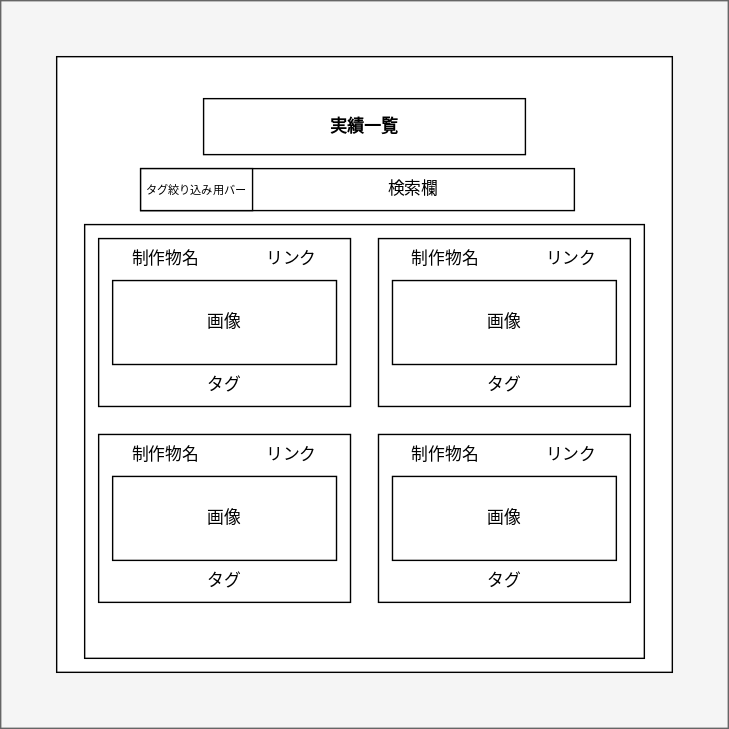
Earlier version of the draw.io export SpecificationDocuments/draw/img/portfolio-works_menu.svg (nekkiChan/Portfolio). Source tidied: cells renumbered, new cells last; positions are measured from the earlier drawing's top-left corner, leaving out a move shared by most shapes. Source of this version:
```xml
<mxGraphModel>
  <root>
    <mxCell id="0" />
    <mxCell id="1" parent="0" />
    <mxCell id="2" style="rounded=0;whiteSpace=wrap;html=1;fillColor=#f5f5f5;fontColor=#333333;strokeColor=#666666;" parent="1" vertex="1">
      <mxGeometry width="520" height="520" as="geometry" />
    </mxCell>
    <mxCell id="3" style="rounded=0;whiteSpace=wrap;html=1;" parent="1" vertex="1">
      <mxGeometry x="40" y="40" width="440" height="440" as="geometry" />
    </mxCell>
    <mxCell id="4" value="&lt;font style=&quot;font-size: 12px;&quot;&gt;&lt;b&gt;実績一覧&lt;/b&gt;&lt;/font&gt;" style="rounded=0;whiteSpace=wrap;html=1;align=center;strokeColor=default;" parent="1" vertex="1">
      <mxGeometry x="145" y="70" width="230" height="40" as="geometry" />
    </mxCell>
    <mxCell id="5" style="rounded=0;whiteSpace=wrap;html=1;labelBackgroundColor=default;" parent="1" vertex="1">
      <mxGeometry x="60" y="160" width="400" height="310" as="geometry" />
    </mxCell>
    <mxCell id="6" value="&lt;blockquote style=&quot;margin: 0 0 0 40px; border: none; padding: 0px;&quot;&gt;&lt;blockquote style=&quot;margin: 0 0 0 40px; border: none; padding: 0px;&quot;&gt;検索欄&lt;/blockquote&gt;&lt;/blockquote&gt;" style="rounded=0;whiteSpace=wrap;html=1;" parent="1" vertex="1">
      <mxGeometry x="100" y="120" width="310" height="30" as="geometry" />
    </mxCell>
    <mxCell id="7" value="&lt;font style=&quot;font-size: 8px;&quot;&gt;タグ絞り込み用バー&lt;/font&gt;" style="rounded=0;whiteSpace=wrap;html=1;" parent="1" vertex="1">
      <mxGeometry x="100" y="120" width="80" height="30" as="geometry" />
    </mxCell>
    <mxCell id="8" style="rounded=0;whiteSpace=wrap;html=1;" parent="1" vertex="1">
      <mxGeometry x="70" y="170" width="180" height="120" as="geometry" />
    </mxCell>
    <mxCell id="9" style="rounded=0;whiteSpace=wrap;html=1;" parent="1" vertex="1">
      <mxGeometry x="270" y="170" width="180" height="120" as="geometry" />
    </mxCell>
    <mxCell id="10" value="　制作物名　　　　リンク" style="text;html=1;strokeColor=none;fillColor=none;align=left;verticalAlign=middle;whiteSpace=wrap;rounded=0;" parent="1" vertex="1">
      <mxGeometry x="80" y="170" width="160" height="30" as="geometry" />
    </mxCell>
    <mxCell id="11" value="画像" style="rounded=0;whiteSpace=wrap;html=1;" parent="1" vertex="1">
      <mxGeometry x="80" y="200" width="160" height="60" as="geometry" />
    </mxCell>
    <mxCell id="12" value="画像" style="rounded=0;whiteSpace=wrap;html=1;" parent="1" vertex="1">
      <mxGeometry x="280" y="200" width="160" height="60" as="geometry" />
    </mxCell>
    <mxCell id="13" value="　制作物名　　　　リンク" style="text;html=1;strokeColor=none;fillColor=none;align=left;verticalAlign=middle;whiteSpace=wrap;rounded=0;" parent="1" vertex="1">
      <mxGeometry x="280" y="170" width="160" height="30" as="geometry" />
    </mxCell>
    <mxCell id="14" value="タグ" style="text;html=1;strokeColor=none;fillColor=none;align=center;verticalAlign=middle;whiteSpace=wrap;rounded=0;" parent="1" vertex="1">
      <mxGeometry x="80" y="260" width="160" height="30" as="geometry" />
    </mxCell>
    <mxCell id="15" value="タグ" style="text;html=1;strokeColor=none;fillColor=none;align=center;verticalAlign=middle;whiteSpace=wrap;rounded=0;" parent="1" vertex="1">
      <mxGeometry x="280" y="260" width="160" height="30" as="geometry" />
    </mxCell>
    <mxCell id="16" style="rounded=0;whiteSpace=wrap;html=1;" parent="1" vertex="1">
      <mxGeometry x="70" y="310" width="180" height="120" as="geometry" />
    </mxCell>
    <mxCell id="17" style="rounded=0;whiteSpace=wrap;html=1;" parent="1" vertex="1">
      <mxGeometry x="270" y="310" width="180" height="120" as="geometry" />
    </mxCell>
    <mxCell id="18" value="　制作物名　　　　リンク" style="text;html=1;strokeColor=none;fillColor=none;align=left;verticalAlign=middle;whiteSpace=wrap;rounded=0;" parent="1" vertex="1">
      <mxGeometry x="80" y="310" width="160" height="30" as="geometry" />
    </mxCell>
    <mxCell id="19" value="画像" style="rounded=0;whiteSpace=wrap;html=1;" parent="1" vertex="1">
      <mxGeometry x="80" y="340" width="160" height="60" as="geometry" />
    </mxCell>
    <mxCell id="20" value="画像" style="rounded=0;whiteSpace=wrap;html=1;" parent="1" vertex="1">
      <mxGeometry x="280" y="340" width="160" height="60" as="geometry" />
    </mxCell>
    <mxCell id="21" value="　制作物名　　　　リンク" style="text;html=1;strokeColor=none;fillColor=none;align=left;verticalAlign=middle;whiteSpace=wrap;rounded=0;" parent="1" vertex="1">
      <mxGeometry x="280" y="310" width="160" height="30" as="geometry" />
    </mxCell>
    <mxCell id="22" value="タグ" style="text;html=1;strokeColor=none;fillColor=none;align=center;verticalAlign=middle;whiteSpace=wrap;rounded=0;" parent="1" vertex="1">
      <mxGeometry x="80" y="400" width="160" height="30" as="geometry" />
    </mxCell>
    <mxCell id="23" value="タグ" style="text;html=1;strokeColor=none;fillColor=none;align=center;verticalAlign=middle;whiteSpace=wrap;rounded=0;" parent="1" vertex="1">
      <mxGeometry x="280" y="400" width="160" height="30" as="geometry" />
    </mxCell>
  </root>
</mxGraphModel>
```
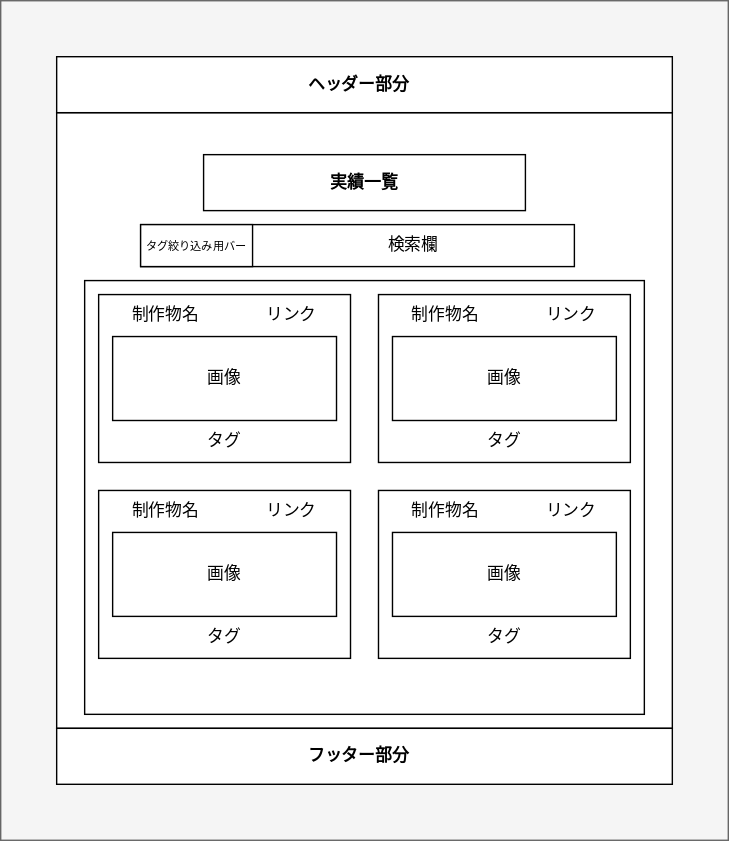
The same diagram one commit later.

What changed in the source:
```diff
@@ -3,7 +3,7 @@
     <mxCell id="0" />
     <mxCell id="1" parent="0" />
     <mxCell id="2" style="rounded=0;whiteSpace=wrap;html=1;fillColor=#f5f5f5;fontColor=#333333;strokeColor=#666666;" parent="1" vertex="1">
-      <mxGeometry width="520" height="520" as="geometry" />
+      <mxGeometry y="-40" width="520" height="600" as="geometry" />
     </mxCell>
     <mxCell id="3" style="rounded=0;whiteSpace=wrap;html=1;" parent="1" vertex="1">
       <mxGeometry x="40" y="40" width="440" height="440" as="geometry" />
@@ -68,5 +68,11 @@
     <mxCell id="23" value="タグ" style="text;html=1;strokeColor=none;fillColor=none;align=center;verticalAlign=middle;whiteSpace=wrap;rounded=0;" parent="1" vertex="1">
       <mxGeometry x="280" y="400" width="160" height="30" as="geometry" />
     </mxCell>
+    <mxCell id="24" value="&lt;div style=&quot;&quot;&gt;&lt;b&gt;&lt;span style=&quot;background-color: initial;&quot;&gt;フッター部分&lt;/span&gt;&lt;span style=&quot;background-color: initial; white-space: pre;&quot;&gt;&#9;&lt;/span&gt;&lt;/b&gt;&lt;/div&gt;" style="rounded=0;whiteSpace=wrap;html=1;align=center;" parent="1" vertex="1">
+      <mxGeometry x="40" y="480" width="440" height="40" as="geometry" />
+    </mxCell>
+    <mxCell id="25" value="&lt;b&gt;ヘッダー部分&lt;span style=&quot;white-space: pre;&quot;&gt;&#9;&lt;/span&gt;&lt;/b&gt;" style="rounded=0;whiteSpace=wrap;html=1;align=center;" parent="1" vertex="1">
+      <mxGeometry x="40" width="440" height="40" as="geometry" />
+    </mxCell>
   </root>
 </mxGraphModel>
```
